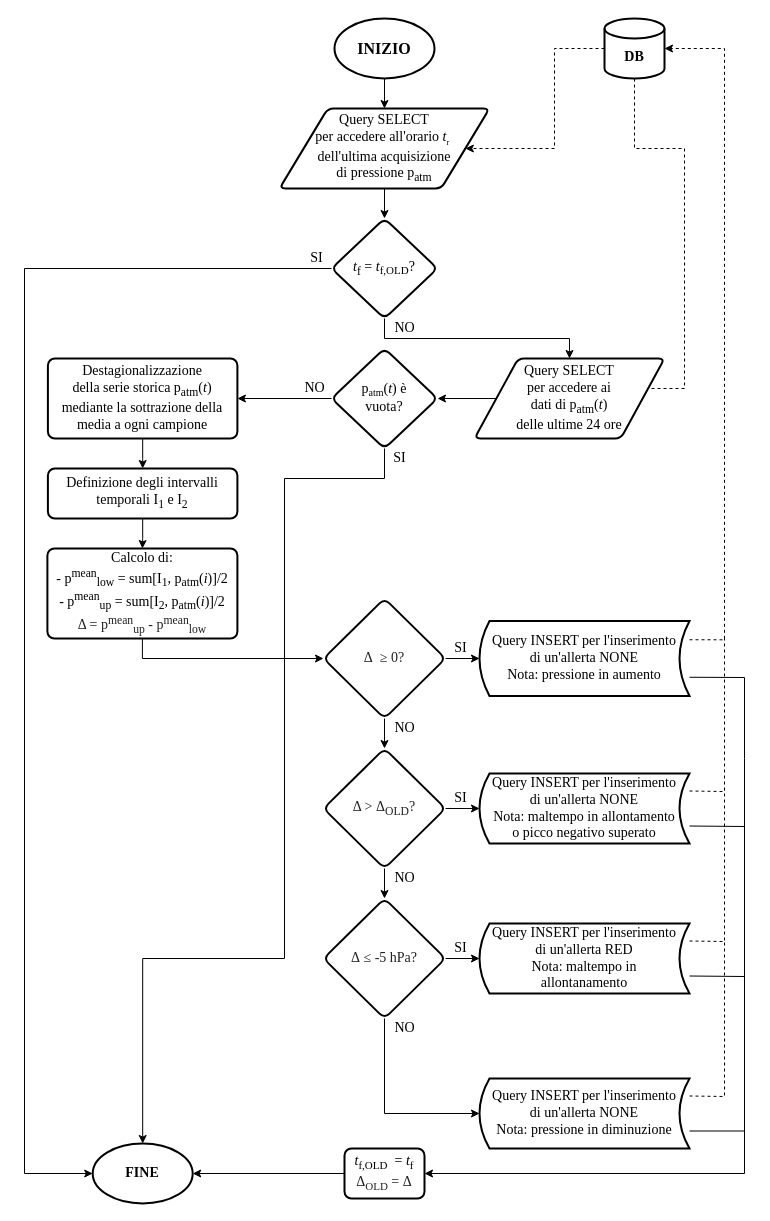
The draw.io diagram Iterazioni/Documentazione/Iterazione 3/OtherFiles/FC - Generatore allerte BW.drawio in matteoverzeroli/LVSEmergency, before the edit. Source tidied: cells renumbered, new cells numbered last; positions are measured from the earlier drawing's top-left corner, leaving out a move shared by most shapes. Both pictures are drawn from the tidied source at 100%, with x=0, y=0 at pixel (24, 18).
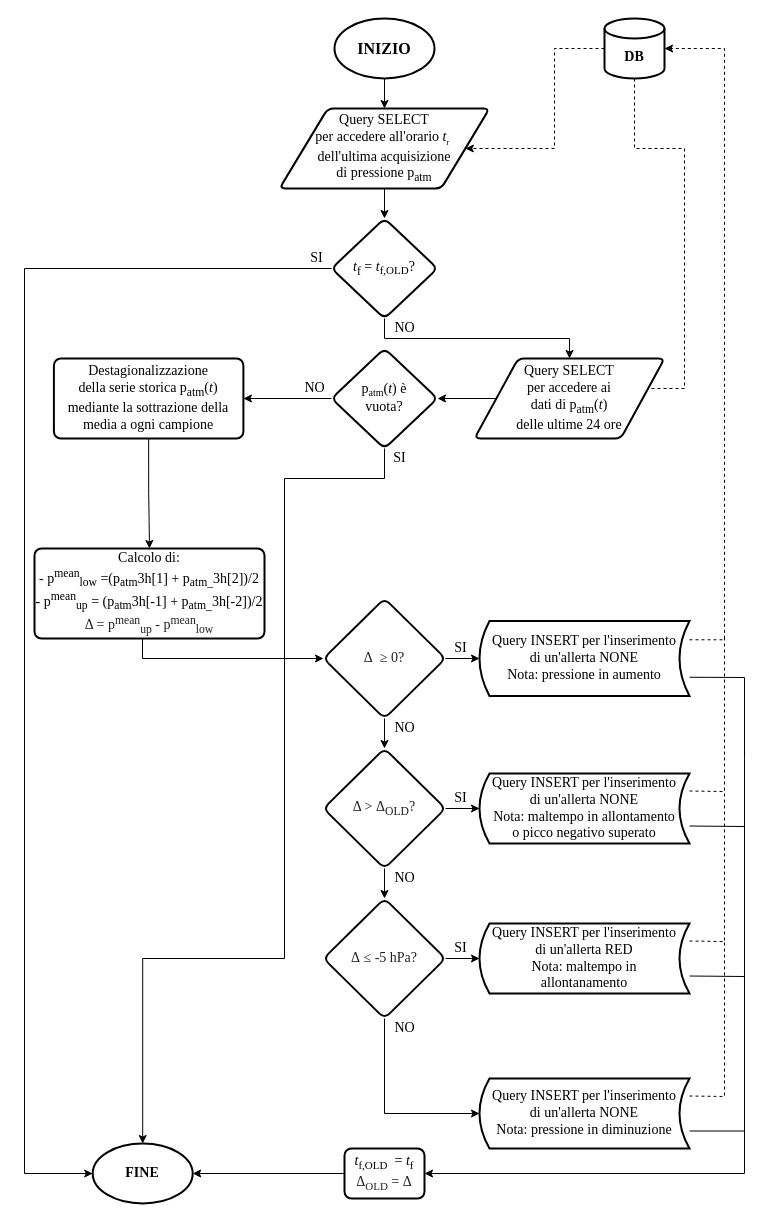
The same page after the edit.

What changed in the source:
```diff
@@
-    <mxCell id="16" style="edgeStyle=orthogonalEdgeStyle;rounded=0;jettySize=auto;html=1;entryX=0.5;entryY=0;entryDx=0;entryDy=0;" parent="1" edge="1" source="17" target="19">
-      <mxGeometry relative="1" as="geometry" />
-    </mxCell>
     <mxCell id="17" value="Destagionalizzazione&lt;br&gt;della serie storica p&lt;sub&gt;atm&lt;/sub&gt;(&lt;i&gt;t&lt;/i&gt;)&lt;br&gt;mediante la sottrazione della media a ogni campione" style="rounded=1;whiteSpace=wrap;html=1;absoluteArcSize=1;arcSize=14;strokeWidth=2;fontFamily=Times New Roman;fontSize=14;" parent="1" vertex="1">
-      <mxGeometry x="23.4" y="340" width="189.5" height="80" as="geometry" />
+      <mxGeometry x="29.4" y="340" width="189.5" height="80" as="geometry" />
     </mxCell>
-    <mxCell id="18" style="edgeStyle=orthogonalEdgeStyle;rounded=0;jettySize=auto;html=1;entryX=0.5;entryY=0;entryDx=0;entryDy=0;fontFamily=Times New Roman;fontSize=11;" parent="1" edge="1" source="19" target="21">
+    <mxCell id="18" style="edgeStyle=orthogonalEdgeStyle;rounded=0;jettySize=auto;html=1;entryX=0.5;entryY=0;entryDx=0;entryDy=0;fontFamily=Times New Roman;fontSize=11;exitX=0.5;exitY=1;exitDx=0;exitDy=0;" parent="1" edge="1" source="17" target="21">
       <mxGeometry relative="1" as="geometry" />
     </mxCell>
-    <mxCell id="19" value="Definizione degli intervalli temporali I&lt;sub&gt;1&lt;/sub&gt;&amp;nbsp;e I&lt;sub&gt;2&lt;/sub&gt;" style="rounded=1;whiteSpace=wrap;html=1;absoluteArcSize=1;arcSize=14;strokeWidth=2;fontFamily=Times New Roman;fontSize=14;" parent="1" vertex="1">
-      <mxGeometry x="23.4" y="450" width="189.5" height="50" as="geometry" />
-    </mxCell>
@@
-    <mxCell id="21" value="Calcolo di:&lt;br&gt;- p&lt;sup&gt;mean&lt;/sup&gt;&lt;sub&gt;low&lt;/sub&gt;&amp;nbsp;= sum[I&lt;sub&gt;1&lt;/sub&gt;, p&lt;sub&gt;atm&lt;/sub&gt;(&lt;i&gt;i&lt;/i&gt;)]/2&lt;br&gt;- p&lt;sup&gt;mean&lt;/sup&gt;&lt;sub&gt;up&lt;/sub&gt;&amp;nbsp;= sum[I&lt;sub&gt;2&lt;/sub&gt;, p&lt;sub&gt;atm&lt;/sub&gt;(&lt;i&gt;i&lt;/i&gt;)]/2&lt;br&gt;&lt;span style=&quot;color: rgb(32 , 33 , 34) ; text-align: left ; background-color: rgb(255 , 255 , 255)&quot;&gt;Δ = p&lt;/span&gt;&lt;sup style=&quot;color: rgb(32 , 33 , 34) ; text-align: left&quot;&gt;mean&lt;/sup&gt;&lt;sub style=&quot;color: rgb(32 , 33 , 34) ; text-align: left&quot;&gt;up&lt;/sub&gt;&lt;span style=&quot;color: rgb(32 , 33 , 34) ; text-align: left ; background-color: rgb(255 , 255 , 255)&quot;&gt;&amp;nbsp;- p&lt;/span&gt;&lt;sup style=&quot;color: rgb(32 , 33 , 34) ; text-align: left&quot;&gt;mean&lt;/sup&gt;&lt;sub style=&quot;color: rgb(32 , 33 , 34) ; text-align: left&quot;&gt;low&lt;/sub&gt;" style="rounded=1;whiteSpace=wrap;html=1;absoluteArcSize=1;arcSize=14;strokeWidth=2;fontFamily=Times New Roman;fontSize=14;" parent="1" vertex="1">
-      <mxGeometry x="22.9" y="530" width="190" height="90" as="geometry" />
+    <mxCell id="21" value="Calcolo di:&lt;br&gt;- p&lt;sup&gt;mean&lt;/sup&gt;&lt;sub&gt;low&lt;/sub&gt;&amp;nbsp;=(p&lt;sub&gt;atm&lt;/sub&gt;3h[1] + p&lt;sub&gt;atm_&lt;/sub&gt;3h[2])/2&lt;br&gt;- p&lt;sup&gt;mean&lt;/sup&gt;&lt;sub&gt;up&lt;/sub&gt;&amp;nbsp;= (p&lt;sub&gt;atm&lt;/sub&gt;3h[-1] + p&lt;sub&gt;atm_&lt;/sub&gt;3h[-2])/2&lt;br&gt;&lt;span style=&quot;color: rgb(32 , 33 , 34) ; text-align: left ; background-color: rgb(255 , 255 , 255)&quot;&gt;Δ = p&lt;/span&gt;&lt;sup style=&quot;color: rgb(32 , 33 , 34) ; text-align: left&quot;&gt;mean&lt;/sup&gt;&lt;sub style=&quot;color: rgb(32 , 33 , 34) ; text-align: left&quot;&gt;up&lt;/sub&gt;&lt;span style=&quot;color: rgb(32 , 33 , 34) ; text-align: left ; background-color: rgb(255 , 255 , 255)&quot;&gt;&amp;nbsp;- p&lt;/span&gt;&lt;sup style=&quot;color: rgb(32 , 33 , 34) ; text-align: left&quot;&gt;mean&lt;/sup&gt;&lt;sub style=&quot;color: rgb(32 , 33 , 34) ; text-align: left&quot;&gt;low&lt;/sub&gt;" style="rounded=1;whiteSpace=wrap;html=1;absoluteArcSize=1;arcSize=14;strokeWidth=2;fontFamily=Times New Roman;fontSize=14;" parent="1" vertex="1">
+      <mxGeometry x="10" y="530" width="230" height="90" as="geometry" />
     </mxCell>
```
